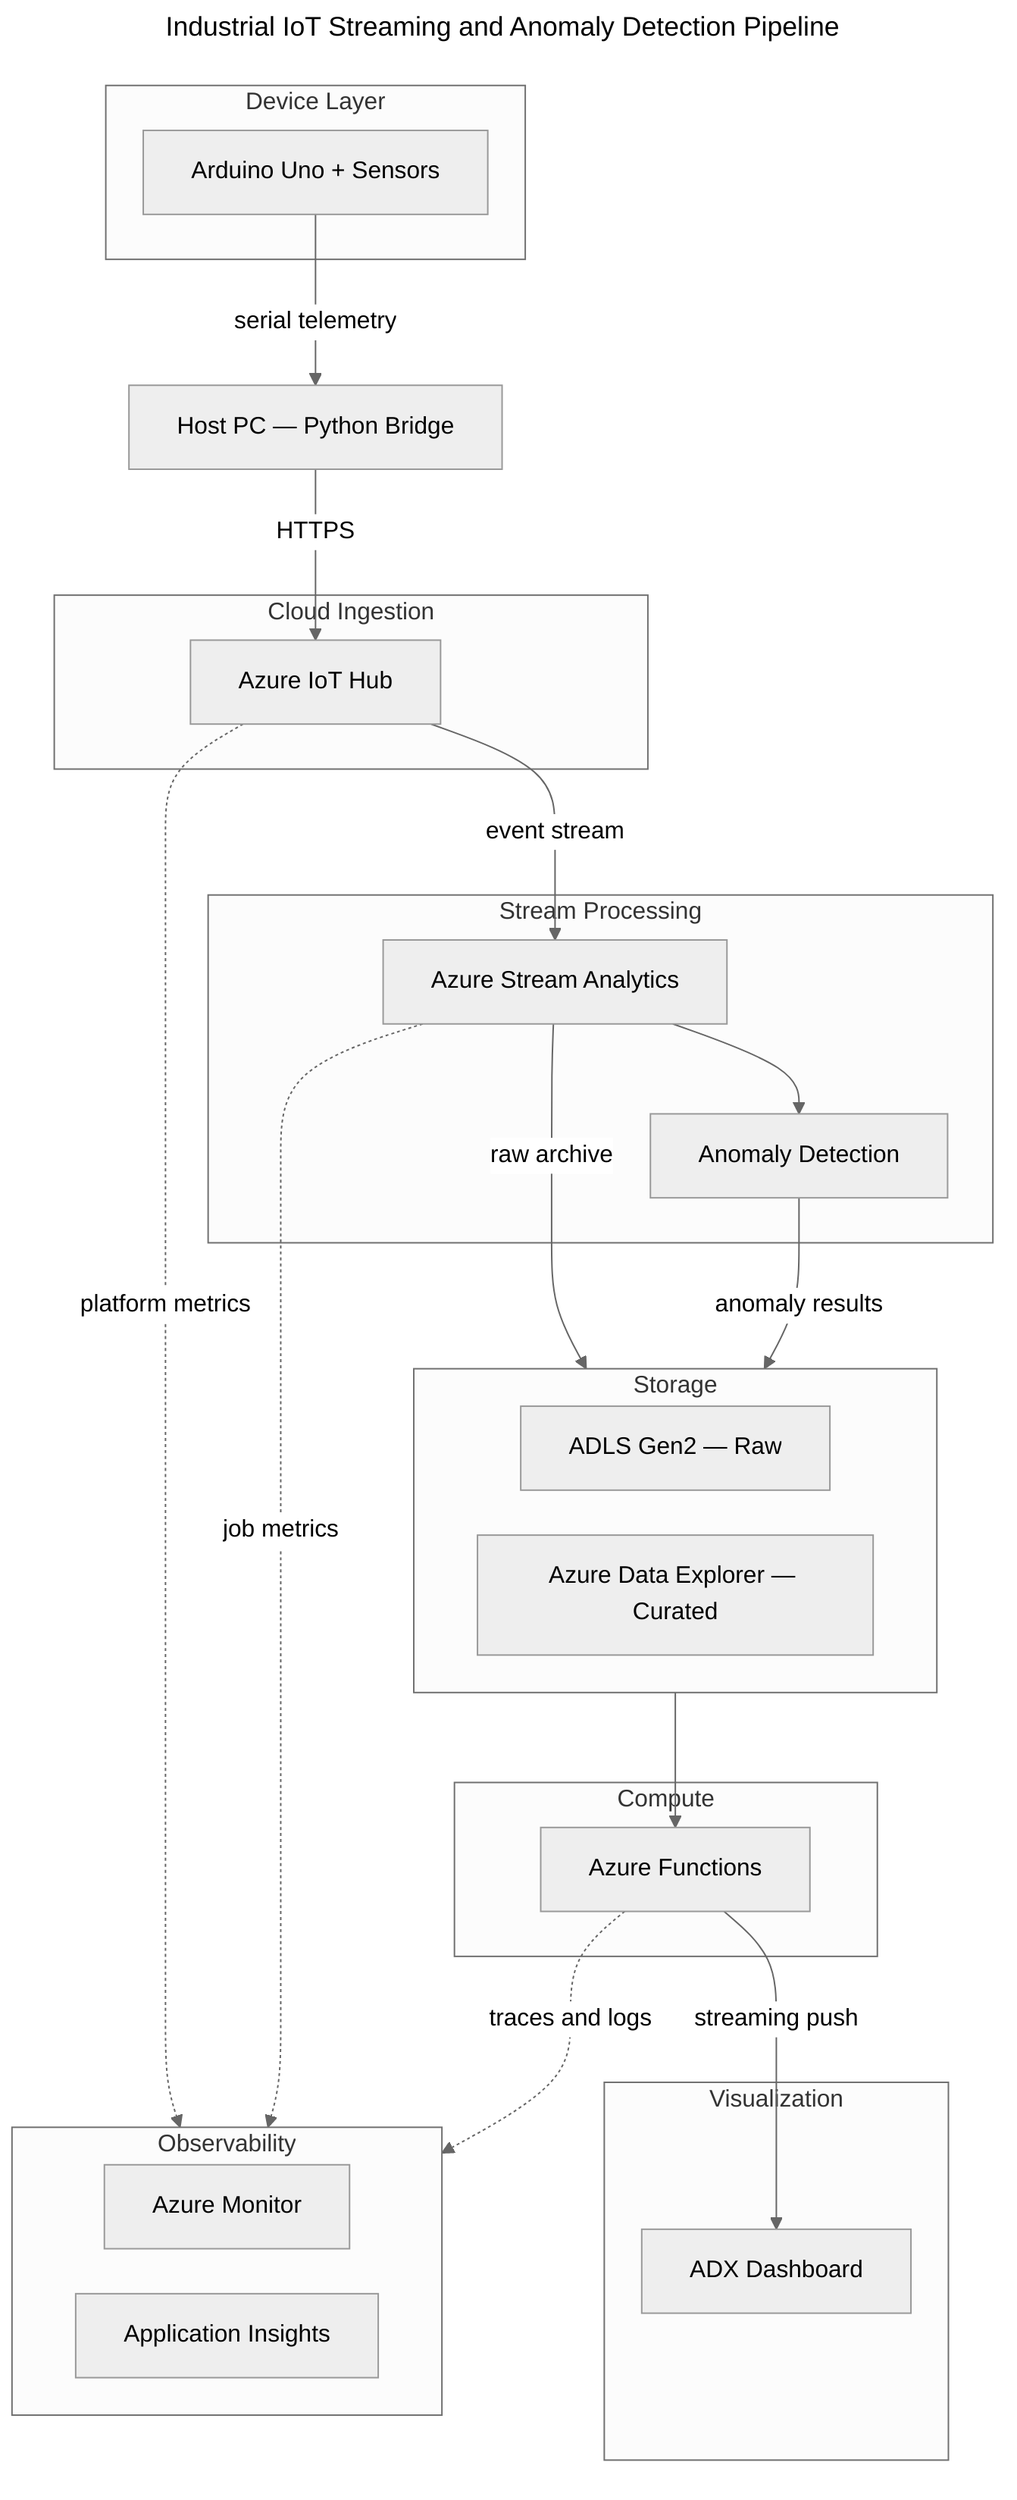
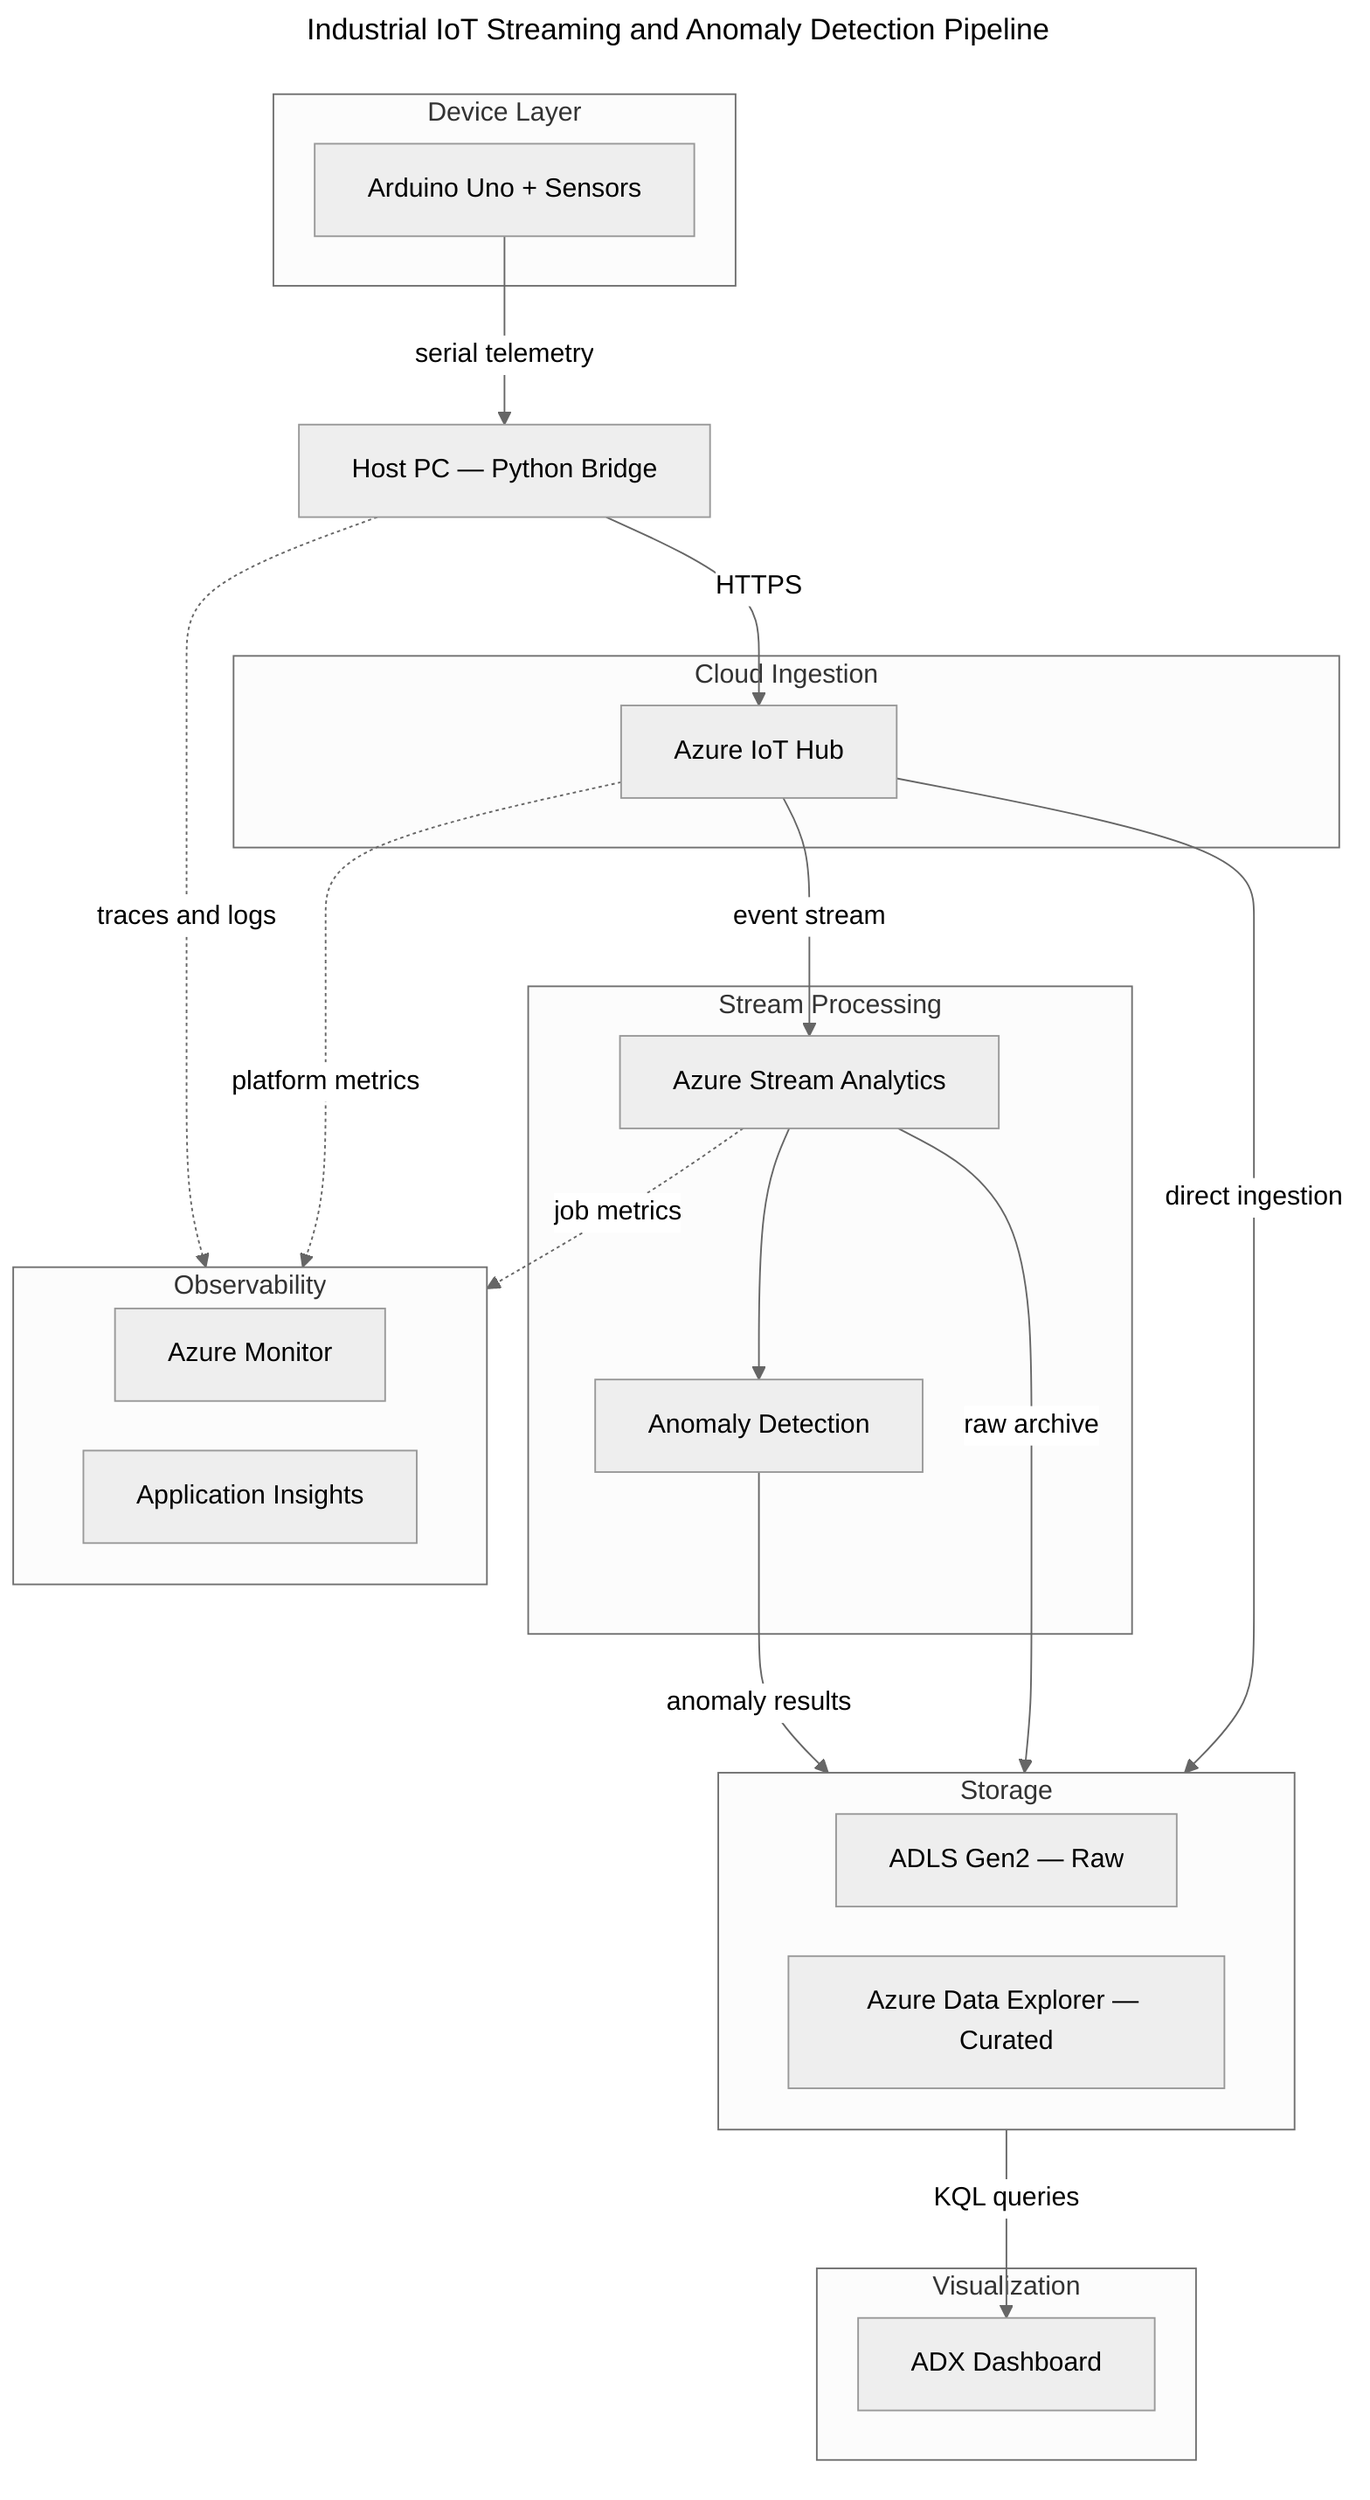
---
title: Industrial IoT Streaming and Anomaly Detection Pipeline
config:
  theme: neutral
  look: classic
  flowchart:
    nodeSpacing: 30
    rankSpacing: 60
    padding: 16
---
flowchart TD
  accTitle: End-to-end IoT pipeline architecture
  accDescr: Data flows from Arduino sensors through Azure IoT Hub, Stream Analytics, dual storage layers, Azure Functions, and into ADX dashboards. Observability spans the full pipeline via Azure Monitor, Application Insights, and OpenTelemetry.

  subgraph Device [Device Layer]
    A[Arduino Uno + Sensors]
  end

  subgraph Ingestion [Cloud Ingestion]
    B[Azure IoT Hub]
  end

  subgraph Processing [Stream Processing]
    C[Azure Stream Analytics]
    C2[Anomaly Detection]
  end

  subgraph Storage [Storage]
    direction LR
    D1[ADLS Gen2 — Raw]
    D2[Azure Data Explorer — Curated]
  end

-   subgraph Compute [Compute]
-     E[Azure Functions]
-   end
- 
  subgraph Viz [Visualization]
    F[ADX Dashboard]
  end

  subgraph Observability [Observability]
    direction LR
    G1[Azure Monitor]
    G2[Application Insights]
  end

  A -- serial telemetry --> PC[Host PC — Python Bridge]
  PC -- HTTPS --> B
  B -- event stream --> C
+   B -- direct ingestion --> D2
  C --> C2
  C -- raw archive --> D1
  C2 -- anomaly results --> D2
-   D2 --> E
-   E -- streaming push --> F
+   D2 -- KQL queries --> F

  B -. platform metrics .-> G1
  C -. job metrics .-> G1
-   E -. traces and logs .-> G2
+   PC -. traces and logs .-> G2
